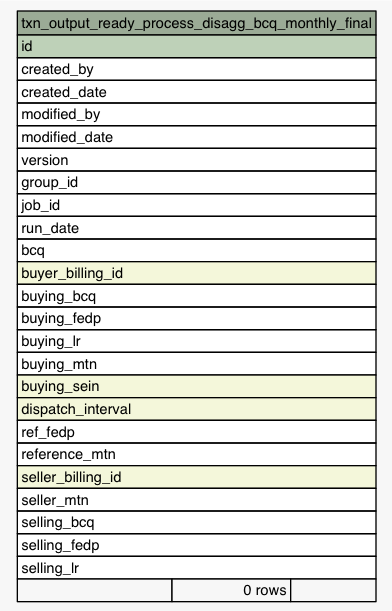
The Graphviz diagram Data/settlement/diagrams/summary/txn_output_ready_process_disagg_bcq_monthly_final.1degree.png in eyana-m/python-data-dictionary-writer, before a commit. Its source is kept beside it as Data/settlement/diagrams/summary/txn_output_ready_process_disagg_bcq_monthly_final.1degree.dot.
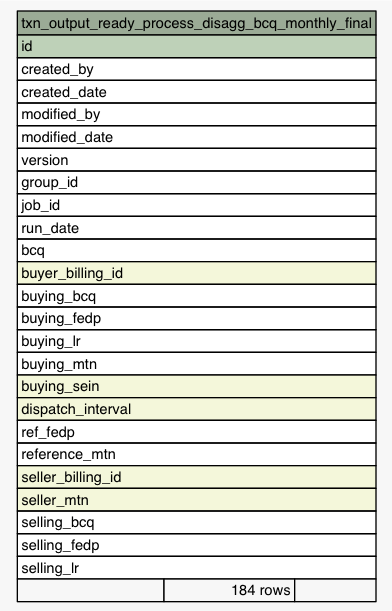
After the change.

What changed in the source:
```diff
@@ -39,11 +39,11 @@
       <TR><TD PORT="ref_fedp" COLSPAN="3" ALIGN="LEFT">ref_fedp</TD></TR>
       <TR><TD PORT="reference_mtn" COLSPAN="3" ALIGN="LEFT">reference_mtn</TD></TR>
       <TR><TD PORT="seller_billing_id" COLSPAN="3" BGCOLOR="#f4f7da" ALIGN="LEFT">seller_billing_id</TD></TR>
-      <TR><TD PORT="seller_mtn" COLSPAN="3" ALIGN="LEFT">seller_mtn</TD></TR>
+      <TR><TD PORT="seller_mtn" COLSPAN="3" BGCOLOR="#f4f7da" ALIGN="LEFT">seller_mtn</TD></TR>
       <TR><TD PORT="selling_bcq" COLSPAN="3" ALIGN="LEFT">selling_bcq</TD></TR>
       <TR><TD PORT="selling_fedp" COLSPAN="3" ALIGN="LEFT">selling_fedp</TD></TR>
       <TR><TD PORT="selling_lr" COLSPAN="3" ALIGN="LEFT">selling_lr</TD></TR>
-      <TR><TD ALIGN="LEFT" BGCOLOR="#f7f7f7">  </TD><TD ALIGN="RIGHT" BGCOLOR="#f7f7f7">0 rows</TD><TD ALIGN="RIGHT" BGCOLOR="#f7f7f7">  </TD></TR>
+      <TR><TD ALIGN="LEFT" BGCOLOR="#f7f7f7">  </TD><TD ALIGN="RIGHT" BGCOLOR="#f7f7f7">184 rows</TD><TD ALIGN="RIGHT" BGCOLOR="#f7f7f7">  </TD></TR>
     </TABLE>>
     URL="tables/txn_output_ready_process_disagg_bcq_monthly_final.html"
     tooltip="txn_output_ready_process_disagg_bcq_monthly_final"
```
